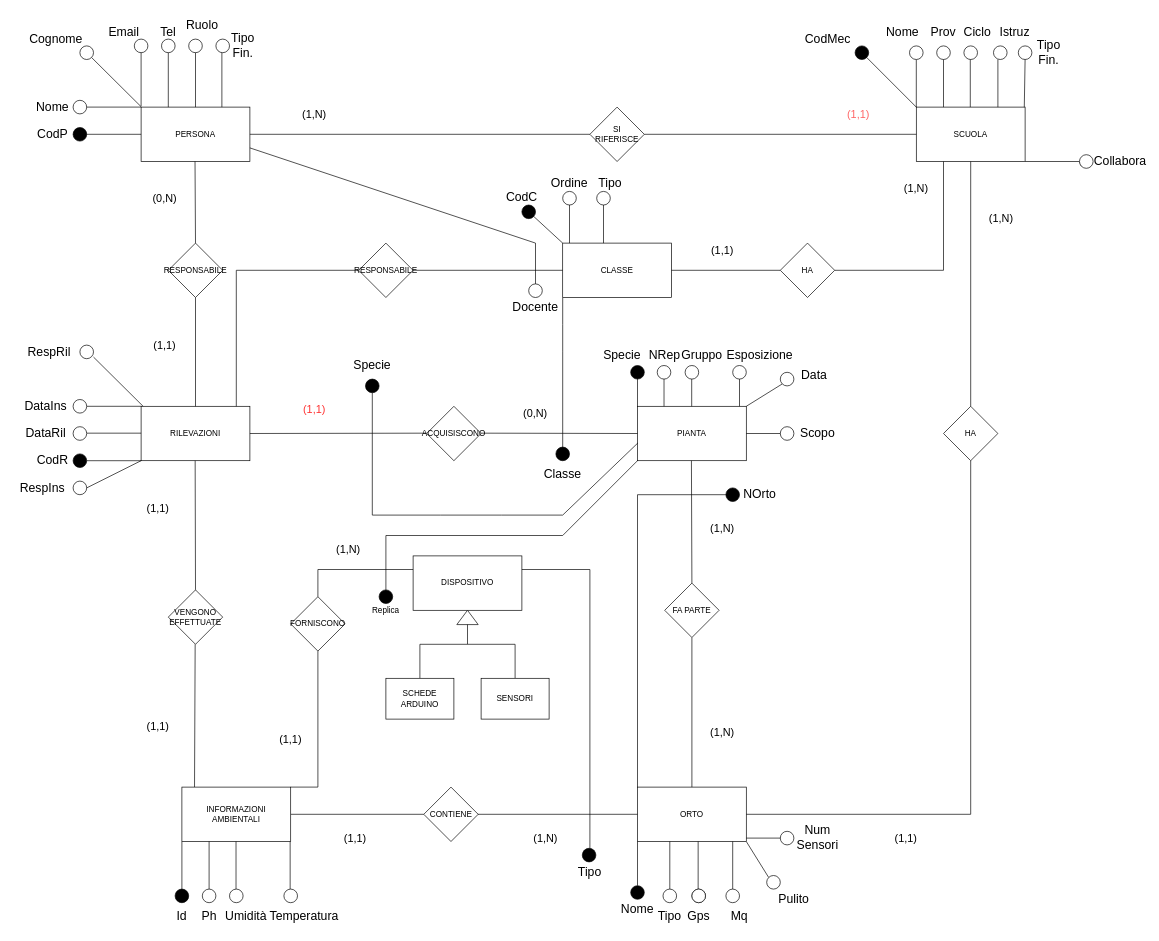
pizzo-kyle/unige keeps this draw.io diagram as BD_ER_2023.drawio. Above is the earlier version. Source tidied: cells renumbered, new cells numbered last; positions are measured from the earlier drawing's top-left corner, leaving out a move shared by most shapes. Both pictures are drawn from the tidied source at 68%, with x=0, y=0 at pixel (12, 12).
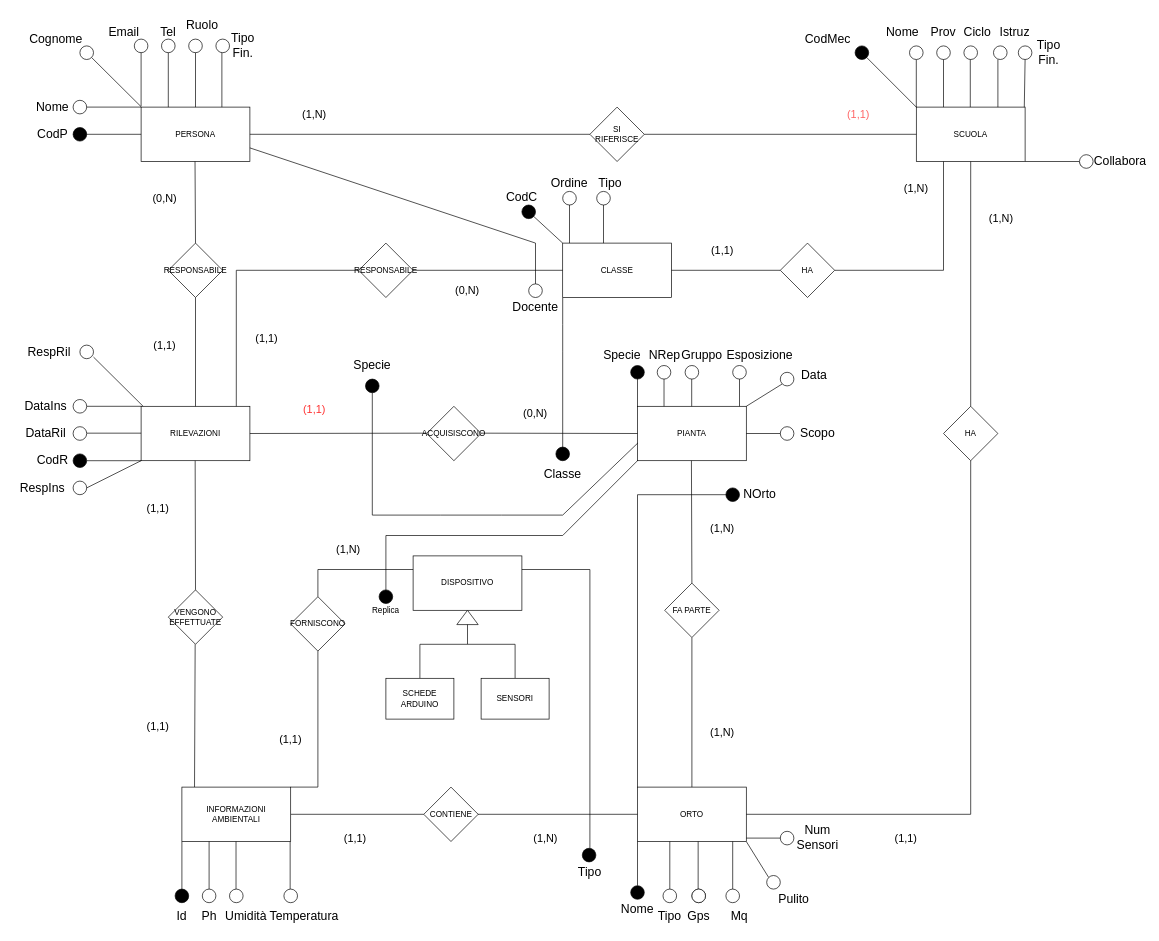
After the change.

Diff of the diagram source:
```diff
@@
+    <mxCell id="204" value="&lt;font style=&quot;font-size: 16px;&quot;&gt;(1,1)&lt;/font&gt;" style="text;html=1;strokeColor=none;fillColor=none;align=center;verticalAlign=middle;whiteSpace=wrap;rounded=0;" parent="1" vertex="1">
+      <mxGeometry x="340" y="460" width="70" height="40" as="geometry" />
+    </mxCell>
+    <mxCell id="205" value="&lt;font style=&quot;font-size: 16px;&quot;&gt;(0,N)&lt;/font&gt;" style="text;html=1;strokeColor=none;fillColor=none;align=center;verticalAlign=middle;whiteSpace=wrap;rounded=0;" parent="1" vertex="1">
+      <mxGeometry x="635" y="390" width="70" height="40" as="geometry" />
+    </mxCell>
```
